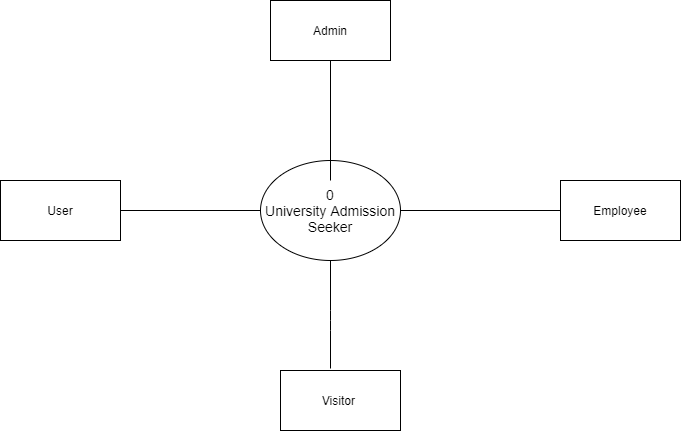
Earlier version of the draw.io export context_diagram_uas.png (SabiulSabit/UML-Diagram-For-Project). Source tidied: cells renumbered, new cells last; positions are measured from the earlier drawing's top-left corner, leaving out a move shared by most shapes. Source of this version:
```xml
<mxGraphModel>
  <root>
    <mxCell id="0" />
    <mxCell id="1" parent="0" />
    <mxCell id="2" value="&lt;span style=&quot;font-size: 14px&quot;&gt;0&lt;br&gt;University Admission Seeker&lt;/span&gt;" style="ellipse;whiteSpace=wrap;html=1;" parent="1" vertex="1">
      <mxGeometry x="260" y="160" width="140" height="100" as="geometry" />
    </mxCell>
    <mxCell id="3" value="User" style="rounded=0;whiteSpace=wrap;html=1;" parent="1" vertex="1">
      <mxGeometry y="180" width="120" height="60" as="geometry" />
    </mxCell>
    <mxCell id="4" value="Admin" style="rounded=0;whiteSpace=wrap;html=1;" parent="1" vertex="1">
      <mxGeometry x="270" width="120" height="60" as="geometry" />
    </mxCell>
    <mxCell id="5" value="Employee" style="rounded=0;whiteSpace=wrap;html=1;" parent="1" vertex="1">
      <mxGeometry x="560" y="180" width="120" height="60" as="geometry" />
    </mxCell>
    <mxCell id="6" value="Visitor&amp;nbsp;" style="rounded=0;whiteSpace=wrap;html=1;" parent="1" vertex="1">
      <mxGeometry x="280" y="370" width="120" height="60" as="geometry" />
    </mxCell>
    <mxCell id="7" style="endArrow=none;html=1;exitX=1;exitY=0.5;exitDx=0;exitDy=0;entryX=0;entryY=0.5;entryDx=0;entryDy=0;" parent="1" edge="1" source="3" target="2">
      <mxGeometry relative="1" as="geometry" />
    </mxCell>
    <mxCell id="8" style="endArrow=none;html=1;entryX=0.5;entryY=1;entryDx=0;entryDy=0;" parent="1" edge="1" target="4">
      <mxGeometry relative="1" as="geometry">
        <mxPoint x="330" y="180" as="sourcePoint" />
      </mxGeometry>
    </mxCell>
    <mxCell id="9" style="endArrow=none;html=1;exitX=1;exitY=0.5;exitDx=0;exitDy=0;entryX=0;entryY=0.5;entryDx=0;entryDy=0;" parent="1" edge="1" source="2" target="5">
      <mxGeometry relative="1" as="geometry" />
    </mxCell>
    <mxCell id="10" style="endArrow=none;html=1;exitX=0.5;exitY=1;exitDx=0;exitDy=0;" parent="1" edge="1" source="2">
      <mxGeometry relative="1" as="geometry">
        <mxPoint x="330" y="368" as="targetPoint" />
        <Array as="points">
          <mxPoint x="330" y="320" />
        </Array>
      </mxGeometry>
    </mxCell>
  </root>
</mxGraphModel>
```
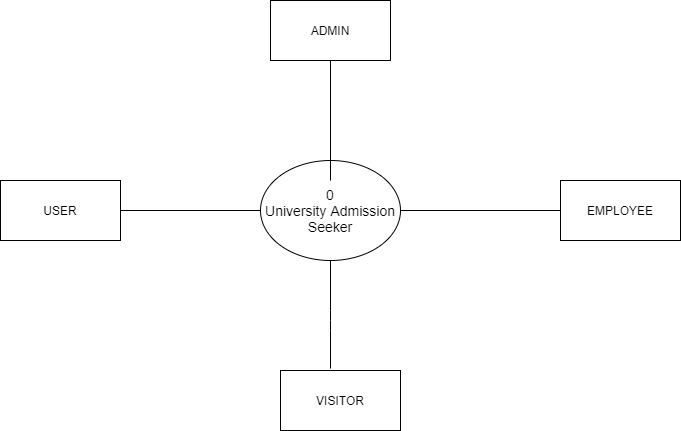
After the commit.

Diff of the diagram source:
```diff
@@ -5,16 +5,16 @@
     <mxCell id="2" value="&lt;span style=&quot;font-size: 14px&quot;&gt;0&lt;br&gt;University Admission Seeker&lt;/span&gt;" style="ellipse;whiteSpace=wrap;html=1;" parent="1" vertex="1">
       <mxGeometry x="260" y="160" width="140" height="100" as="geometry" />
     </mxCell>
-    <mxCell id="3" value="User" style="rounded=0;whiteSpace=wrap;html=1;" parent="1" vertex="1">
+    <mxCell id="3" value="USER" style="rounded=0;whiteSpace=wrap;html=1;" parent="1" vertex="1">
       <mxGeometry y="180" width="120" height="60" as="geometry" />
     </mxCell>
-    <mxCell id="4" value="Admin" style="rounded=0;whiteSpace=wrap;html=1;" parent="1" vertex="1">
+    <mxCell id="4" value="ADMIN" style="rounded=0;whiteSpace=wrap;html=1;" parent="1" vertex="1">
       <mxGeometry x="270" width="120" height="60" as="geometry" />
     </mxCell>
-    <mxCell id="5" value="Employee" style="rounded=0;whiteSpace=wrap;html=1;" parent="1" vertex="1">
+    <mxCell id="5" value="EMPLOYEE" style="rounded=0;whiteSpace=wrap;html=1;" parent="1" vertex="1">
       <mxGeometry x="560" y="180" width="120" height="60" as="geometry" />
     </mxCell>
-    <mxCell id="6" value="Visitor&amp;nbsp;" style="rounded=0;whiteSpace=wrap;html=1;" parent="1" vertex="1">
+    <mxCell id="6" value="VISITOR" style="rounded=0;whiteSpace=wrap;html=1;" parent="1" vertex="1">
       <mxGeometry x="280" y="370" width="120" height="60" as="geometry" />
     </mxCell>
     <mxCell id="7" style="endArrow=none;html=1;exitX=1;exitY=0.5;exitDx=0;exitDy=0;entryX=0;entryY=0.5;entryDx=0;entryDy=0;" parent="1" edge="1" source="3" target="2">
```
